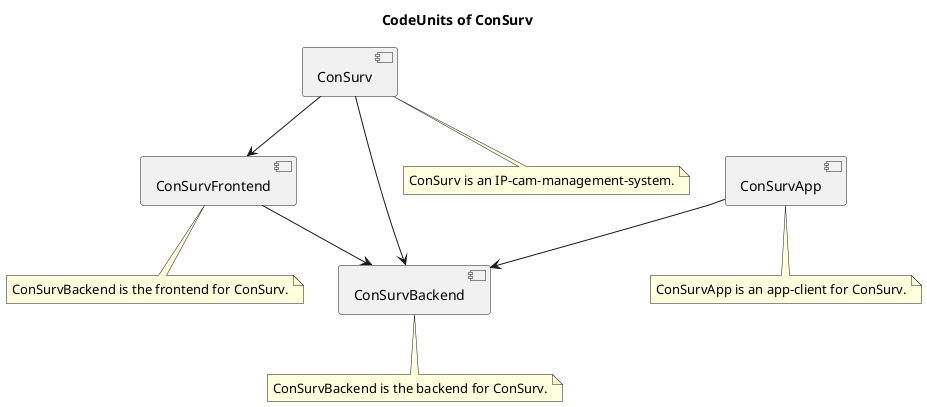
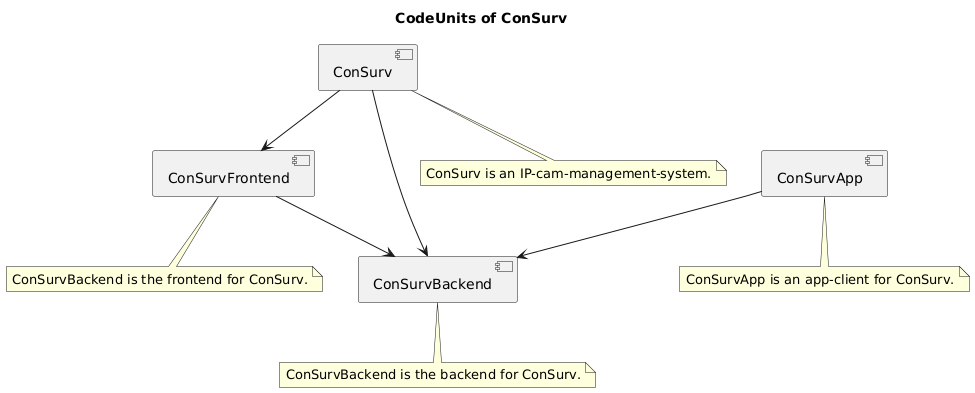
@startuml CodeUnits-Overview
+ skinparam defaultFontName "DejaVu Sans"
title CodeUnits of ConSurv

[ConSurvBackend]
note as ConSurvBackendNote
  ConSurvBackend is the backend for ConSurv.
end note
ConSurvBackend .. ConSurvBackendNote

[ConSurvApp]
note as ConSurvAppNote
  ConSurvApp is an app-client for ConSurv.
end note
ConSurvApp .. ConSurvAppNote

[ConSurvFrontend]
note as ConSurvFrontendNote
  ConSurvBackend is the frontend for ConSurv.
end note
ConSurvFrontend .. ConSurvFrontendNote

[ConSurv]
note as ConSurvNote
  ConSurv is an IP-cam-management-system.
end note
ConSurv .. ConSurvNote

ConSurvApp --> ConSurvBackend
ConSurvFrontend --> ConSurvBackend
ConSurv --> ConSurvBackend
ConSurv --> ConSurvFrontend

@enduml